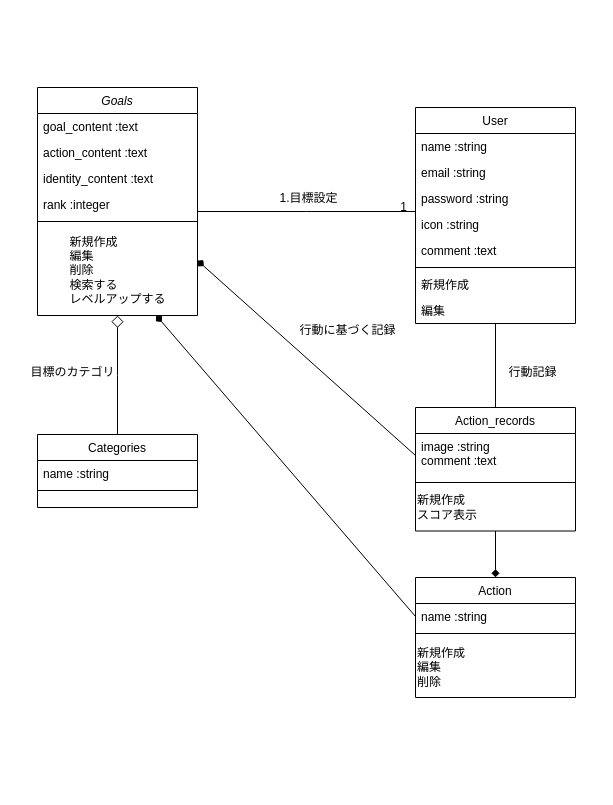
Before: 名称未設定ファイル.drawio in makoto1998/dotinstall.github.io, a draw.io diagram. Source tidied: cells renumbered, new cells numbered last; positions are measured from the earlier drawing's top-left corner, leaving out a move shared by most shapes. Both pictures are drawn from the tidied source at 100%, with x=0, y=0 at pixel (17, 87).
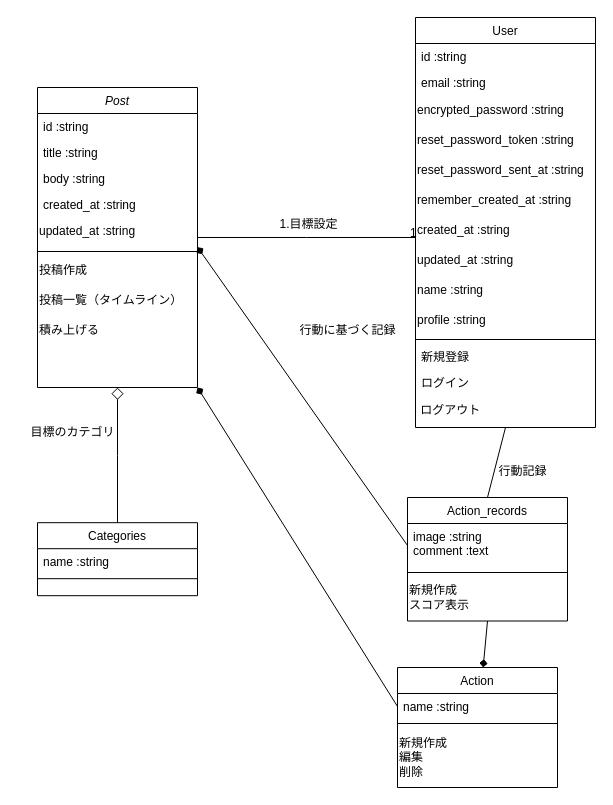
The same page after the edit.

Commit message:
名称未設定ファイル.drawio を更新します

The change refers to these unchanged cells:
```xml
<mxCell id="16" value="image :string&#10;comment :text&#10;" style="text;align=left;verticalAlign=top;spacingLeft=4;spacingRight=4;overflow=hidden;points=[[0,0.5],[1,0.5]];portConstraint=eastwest;" parent="15" vertex="1">
  <mxGeometry y="26" width="160" height="44" as="geometry" />
</mxCell>
<mxCell id="28" style="endArrow=none;shadow=0;strokeWidth=1;rounded=0;endFill=0;edgeStyle=elbowEdgeStyle;elbow=vertical;" parent="1" edge="1" source="2" target="19">
  <mxGeometry x="0.5" y="41" relative="1" as="geometry">
    <mxPoint x="-40" y="32" as="offset" />
  </mxGeometry>
</mxCell>
<mxCell id="32" value="name :string" style="text;align=left;verticalAlign=top;spacingLeft=4;spacingRight=4;overflow=hidden;points=[[0,0.5],[1,0.5]];portConstraint=eastwest;" parent="31" vertex="1">
  <mxGeometry y="26" width="160" height="26" as="geometry" />
</mxCell>
```

What changed in the source:
```diff
@@
-    <mxCell id="2" value="Goals" style="swimlane;fontStyle=2;align=center;verticalAlign=top;horizontal=1;startSize=26;rounded=0;shadow=0;strokeWidth=1;" parent="1" vertex="1">
-      <mxGeometry x="20" width="160" height="228" as="geometry" />
+    <mxCell id="2" value="Post" style="swimlane;fontStyle=2;align=center;verticalAlign=middle;horizontal=1;startSize=26;rounded=0;shadow=0;strokeWidth=1;" parent="1" vertex="1">
+      <mxGeometry x="20" width="160" height="300" as="geometry" />
     </mxCell>
-    <mxCell id="3" value="goal_content :text" style="text;align=left;verticalAlign=top;spacingLeft=4;spacingRight=4;overflow=hidden;" parent="2" vertex="1">
+    <mxCell id="3" value="id :string" style="text;align=left;verticalAlign=top;spacingLeft=4;spacingRight=4;overflow=hidden;" parent="2" vertex="1">
       <mxGeometry y="26" width="160" height="26" as="geometry" />
     </mxCell>
-    <mxCell id="4" value="action_content :text" style="text;align=left;verticalAlign=top;spacingLeft=4;spacingRight=4;overflow=hidden;rounded=0;shadow=0;html=0;" parent="2" vertex="1">
+    <mxCell id="4" value="title :string" style="text;align=left;verticalAlign=top;spacingLeft=4;spacingRight=4;overflow=hidden;rounded=0;shadow=0;html=0;" parent="2" vertex="1">
       <mxGeometry y="52" width="160" height="26" as="geometry" />
     </mxCell>
-    <mxCell id="5" value="identity_content :text" style="text;align=left;verticalAlign=top;spacingLeft=4;spacingRight=4;overflow=hidden;rounded=0;shadow=0;html=0;" parent="2" vertex="1">
+    <mxCell id="5" value="body :string" style="text;align=left;verticalAlign=top;spacingLeft=4;spacingRight=4;overflow=hidden;rounded=0;shadow=0;html=0;" parent="2" vertex="1">
       <mxGeometry y="78" width="160" height="26" as="geometry" />
     </mxCell>
-    <mxCell id="6" value="rank :integer" style="text;align=left;verticalAlign=top;spacingLeft=4;spacingRight=4;overflow=hidden;rounded=0;shadow=0;html=0;" parent="2" vertex="1">
+    <mxCell id="6" value="created_at :string" style="text;align=left;verticalAlign=top;spacingLeft=4;spacingRight=4;overflow=hidden;rounded=0;shadow=0;html=0;" parent="2" vertex="1">
       <mxGeometry y="104" width="160" height="26" as="geometry" />
     </mxCell>
+    <mxCell id="40" value="updated_at :string" style="text;html=1;align=left;verticalAlign=top;strokeColor=none;fillColor=none;" parent="2" vertex="1">
+      <mxGeometry y="130" width="160" height="30" as="geometry" />
+    </mxCell>
     <mxCell id="7" style="line;html=1;strokeWidth=1;align=left;verticalAlign=middle;spacingTop=-1;spacingLeft=3;spacingRight=3;labelPosition=right;" parent="2" vertex="1">
-      <mxGeometry y="130" width="160" height="8" as="geometry" />
+      <mxGeometry y="160" width="160" height="8" as="geometry" />
     </mxCell>
-    <mxCell id="8" value="&lt;div style=&quot;text-align: left;&quot;&gt;&lt;span style=&quot;background-color: initial;&quot;&gt;新規作成&lt;/span&gt;&lt;/div&gt;&lt;div style=&quot;text-align: left;&quot;&gt;&lt;span style=&quot;background-color: initial;&quot;&gt;編集&lt;/span&gt;&lt;/div&gt;&lt;div style=&quot;text-align: left;&quot;&gt;&lt;span style=&quot;background-color: initial;&quot;&gt;削除&lt;/span&gt;&lt;/div&gt;&lt;div style=&quot;text-align: left;&quot;&gt;&lt;span style=&quot;background-color: initial;&quot;&gt;検索する&lt;/span&gt;&lt;/div&gt;&lt;div style=&quot;text-align: left;&quot;&gt;&lt;span style=&quot;background-color: initial;&quot;&gt;レベルアップする&lt;/span&gt;&lt;/div&gt;" style="text;html=1;align=center;verticalAlign=middle;points=[];strokeColor=none;fillColor=none;" parent="2" vertex="1">
-      <mxGeometry y="138" width="160" height="90" as="geometry" />
-    </mxCell>
+    <mxCell id="41" value="投稿作成" style="text;html=1;align=left;verticalAlign=middle;strokeColor=none;fillColor=none;" parent="2" vertex="1">
+      <mxGeometry y="168" width="160" height="30" as="geometry" />
+    </mxCell>
+    <mxCell id="42" value="投稿一覧（タイムライン）" style="text;html=1;align=left;verticalAlign=middle;strokeColor=none;fillColor=none;" parent="2" vertex="1">
+      <mxGeometry y="198" width="160" height="30" as="geometry" />
+    </mxCell>
+    <mxCell id="43" value="積み上げる" style="text;html=1;align=left;verticalAlign=middle;strokeColor=none;fillColor=none;" parent="2" vertex="1">
+      <mxGeometry y="228" width="160" height="30" as="geometry" />
+    </mxCell>
     <mxCell id="9" value="Categories&#10;" style="swimlane;fontStyle=0;align=center;verticalAlign=top;horizontal=1;startSize=26;rounded=0;shadow=0;strokeWidth=1;" parent="1" vertex="1">
-      <mxGeometry x="20" y="347" width="160" height="73" as="geometry" />
+      <mxGeometry x="20" y="435.2" width="160" height="73" as="geometry" />
     </mxCell>
@@
-    <mxCell id="13" style="edgeStyle=none;rounded=0;jettySize=auto;html=1;exitX=0.5;exitY=0;exitDx=0;exitDy=0;strokeColor=default;endArrow=none;endFill=0;" parent="1" edge="1" source="15" target="27">
+    <mxCell id="13" style="edgeStyle=none;rounded=0;jettySize=auto;html=1;exitX=0.5;exitY=0;exitDx=0;exitDy=0;strokeColor=default;endArrow=none;endFill=0;entryX=0.5;entryY=1;entryDx=0;entryDy=0;" parent="1" edge="1" source="15" target="19">
       <mxGeometry relative="1" as="geometry" />
     </mxCell>
@@
     <mxCell id="15" value="Action_records&#10;&#10;" style="swimlane;fontStyle=0;align=center;verticalAlign=top;horizontal=1;startSize=26;rounded=0;shadow=0;strokeWidth=1;" parent="1" vertex="1">
-      <mxGeometry x="398" y="320" width="160" height="123.5" as="geometry" />
+      <mxGeometry x="390" y="410" width="160" height="123.5" as="geometry" />
     </mxCell>
@@
     <mxCell id="19" value="User" style="swimlane;fontStyle=0;align=center;verticalAlign=top;horizontal=1;startSize=26;rounded=0;shadow=0;strokeWidth=1;" parent="1" vertex="1">
-      <mxGeometry x="398" y="20" width="160" height="216" as="geometry" />
+      <mxGeometry x="398" y="-70" width="180" height="410" as="geometry" />
     </mxCell>
-    <mxCell id="20" value="name :string&#10;" style="text;align=left;verticalAlign=top;spacingLeft=4;spacingRight=4;overflow=hidden;" parent="19" vertex="1">
-      <mxGeometry y="26" width="160" height="26" as="geometry" />
+    <mxCell id="20" value="id :string&#10;" style="text;align=left;verticalAlign=top;spacingLeft=4;spacingRight=4;overflow=hidden;" parent="19" vertex="1">
+      <mxGeometry y="26" width="180" height="26" as="geometry" />
     </mxCell>
     <mxCell id="21" value="email :string&#10;" style="text;align=left;verticalAlign=top;spacingLeft=4;spacingRight=4;overflow=hidden;rounded=0;shadow=0;html=0;" parent="19" vertex="1">
-      <mxGeometry y="52" width="160" height="26" as="geometry" />
+      <mxGeometry y="52" width="180" height="26" as="geometry" />
     </mxCell>
-    <mxCell id="22" value="password :string" style="text;align=left;verticalAlign=top;spacingLeft=4;spacingRight=4;overflow=hidden;rounded=0;shadow=0;html=0;" parent="19" vertex="1">
-      <mxGeometry y="78" width="160" height="26" as="geometry" />
-    </mxCell>
-    <mxCell id="23" value="icon :string" style="text;align=left;verticalAlign=top;spacingLeft=4;spacingRight=4;overflow=hidden;rounded=0;shadow=0;html=0;" parent="19" vertex="1">
-      <mxGeometry y="104" width="160" height="26" as="geometry" />
-    </mxCell>
-    <mxCell id="24" value="comment :text" style="text;align=left;verticalAlign=top;spacingLeft=4;spacingRight=4;overflow=hidden;rounded=0;shadow=0;html=0;" parent="19" vertex="1">
-      <mxGeometry y="130" width="160" height="26" as="geometry" />
-    </mxCell>
-    <mxCell id="25" style="line;html=1;strokeWidth=1;align=left;verticalAlign=middle;spacingTop=-1;spacingLeft=3;spacingRight=3;labelPosition=right;" parent="19" vertex="1">
-      <mxGeometry y="156" width="160" height="8" as="geometry" />
-    </mxCell>
+    <mxCell id="44" value="encrypted_password :string" style="text;html=1;align=left;verticalAlign=middle;strokeColor=none;fillColor=none;" parent="19" vertex="1">
+      <mxGeometry y="78" width="180" height="30" as="geometry" />
+    </mxCell>
+    <mxCell id="45" value="reset_password_token :string" style="text;html=1;align=left;verticalAlign=middle;strokeColor=none;fillColor=none;" parent="19" vertex="1">
+      <mxGeometry y="108" width="180" height="30" as="geometry" />
+    </mxCell>
+    <mxCell id="46" value="reset_password_sent_at :string" style="text;html=1;align=left;verticalAlign=middle;strokeColor=none;fillColor=none;" parent="19" vertex="1">
+      <mxGeometry y="138" width="180" height="30" as="geometry" />
+    </mxCell>
+    <mxCell id="47" value="remember_created_at :string" style="text;html=1;align=left;verticalAlign=middle;strokeColor=none;fillColor=none;" parent="19" vertex="1">
+      <mxGeometry y="168" width="180" height="30" as="geometry" />
+    </mxCell>
+    <mxCell id="48" value="created_at :string" style="text;html=1;align=left;verticalAlign=middle;strokeColor=none;fillColor=none;" parent="19" vertex="1">
+      <mxGeometry y="198" width="180" height="30" as="geometry" />
+    </mxCell>
+    <mxCell id="49" value="updated_at :string" style="text;html=1;align=left;verticalAlign=middle;strokeColor=none;fillColor=none;" parent="19" vertex="1">
+      <mxGeometry y="228" width="180" height="30" as="geometry" />
+    </mxCell>
+    <mxCell id="50" value="name :string" style="text;html=1;align=left;verticalAlign=middle;strokeColor=none;fillColor=none;" parent="19" vertex="1">
+      <mxGeometry y="258" width="180" height="30" as="geometry" />
+    </mxCell>
+    <mxCell id="51" value="profile :string" style="text;html=1;align=left;verticalAlign=middle;strokeColor=none;fillColor=none;" parent="19" vertex="1">
+      <mxGeometry y="288" width="180" height="30" as="geometry" />
+    </mxCell>
+    <mxCell id="52" style="line;html=1;strokeWidth=1;align=left;verticalAlign=middle;spacingTop=-1;spacingLeft=3;spacingRight=3;labelPosition=right;" parent="19" vertex="1">
+      <mxGeometry y="318" width="180" height="8" as="geometry" />
+    </mxCell>
-    <mxCell id="26" value="新規作成" style="text;align=left;verticalAlign=top;spacingLeft=4;spacingRight=4;overflow=hidden;" parent="19" vertex="1">
-      <mxGeometry y="164" width="160" height="26" as="geometry" />
+    <mxCell id="26" value="新規登録" style="text;align=left;verticalAlign=top;spacingLeft=4;spacingRight=4;overflow=hidden;" parent="19" vertex="1">
+      <mxGeometry y="326" width="180" height="26" as="geometry" />
     </mxCell>
-    <mxCell id="27" value="編集" style="text;align=left;verticalAlign=top;spacingLeft=4;spacingRight=4;overflow=hidden;points=[[0,0.5],[1,0.5]];portConstraint=eastwest;" parent="19" vertex="1">
-      <mxGeometry y="190" width="160" height="26" as="geometry" />
+    <mxCell id="27" value="ログイン" style="text;align=left;verticalAlign=top;spacingLeft=4;spacingRight=4;overflow=hidden;points=[[0,0.5],[1,0.5]];portConstraint=eastwest;" parent="19" vertex="1">
+      <mxGeometry y="352" width="180" height="26" as="geometry" />
     </mxCell>
+    <mxCell id="53" value="&amp;nbsp;ログアウト" style="text;html=1;align=left;verticalAlign=middle;strokeColor=none;fillColor=none;" parent="19" vertex="1">
+      <mxGeometry y="378" width="180" height="30" as="geometry" />
+    </mxCell>
@@
-    <mxCell id="29" value="1" style="align=right;verticalAlign=bottom;labelBackgroundColor=none;fontSize=12;" parent="28" vertex="1">
+    <mxCell id="29" value="1" style="align=left;verticalAlign=bottom;labelBackgroundColor=none;fontSize=12;" parent="28" vertex="1">
       <mxGeometry x="1" relative="1" as="geometry">
         <mxPoint x="-7" y="4" as="offset" />
       </mxGeometry>
     </mxCell>
@@
     <mxCell id="31" value="Action&#10;" style="swimlane;fontStyle=0;align=center;verticalAlign=top;horizontal=1;startSize=26;rounded=0;shadow=0;strokeWidth=1;" parent="1" vertex="1">
-      <mxGeometry x="398" y="490" width="160" height="120" as="geometry" />
+      <mxGeometry x="380" y="580" width="160" height="120" as="geometry" />
     </mxCell>
@@
     <mxCell id="35" value="目標のカテゴリ" style="text;html=1;align=center;verticalAlign=middle;strokeColor=none;fillColor=none;" parent="1" vertex="1">
-      <mxGeometry y="270" width="110" height="30" as="geometry" />
+      <mxGeometry y="330" width="110" height="30" as="geometry" />
     </mxCell>
-    <mxCell id="36" style="rounded=0;jettySize=auto;html=1;exitX=0;exitY=0.5;exitDx=0;exitDy=0;strokeColor=default;endArrow=diamond;endFill=1;entryX=1;entryY=0.389;entryDx=0;entryDy=0;entryPerimeter=0;" parent="1" edge="1" source="16" target="8">
-      <mxGeometry relative="1" as="geometry" />
+    <mxCell id="36" style="rounded=0;jettySize=auto;html=1;exitX=0;exitY=0.5;exitDx=0;exitDy=0;strokeColor=default;endArrow=diamond;endFill=1;entryX=1;entryY=0.389;entryDx=0;entryDy=0;entryPerimeter=0;" parent="1" edge="1" source="16">
+      <mxGeometry relative="1" as="geometry">
+        <mxPoint x="180" y="159.7" as="targetPoint" />
+      </mxGeometry>
     </mxCell>
-    <mxCell id="37" style="edgeStyle=none;rounded=0;jettySize=auto;html=1;exitX=0;exitY=0.5;exitDx=0;exitDy=0;strokeColor=default;endArrow=diamond;endFill=1;" parent="1" edge="1" source="32" target="8">
+    <mxCell id="37" style="edgeStyle=none;rounded=0;jettySize=auto;html=1;exitX=0;exitY=0.5;exitDx=0;exitDy=0;strokeColor=default;endArrow=diamond;endFill=1;entryX=1;entryY=1;entryDx=0;entryDy=0;" parent="1" edge="1" source="32" target="2">
       <mxGeometry relative="1" as="geometry" />
     </mxCell>
     <mxCell id="38" value="行動記録" style="text;html=1;align=center;verticalAlign=middle;strokeColor=none;fillColor=none;" parent="1" vertex="1">
-      <mxGeometry x="480" y="270" width="70" height="30" as="geometry" />
+      <mxGeometry x="470" y="368.5" width="70" height="30" as="geometry" />
     </mxCell>
```
